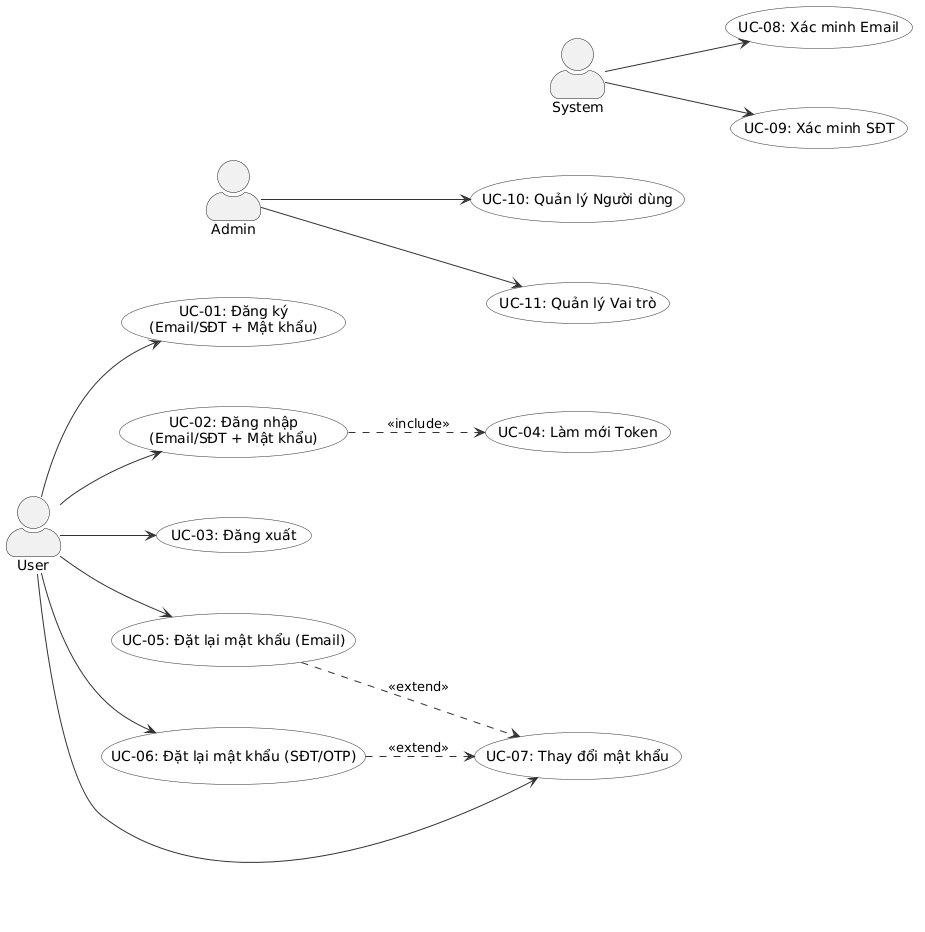
Above: modules/auth/images/usecase/usecase-diagram.png in namnh240795/document (PlantUML), before the change.
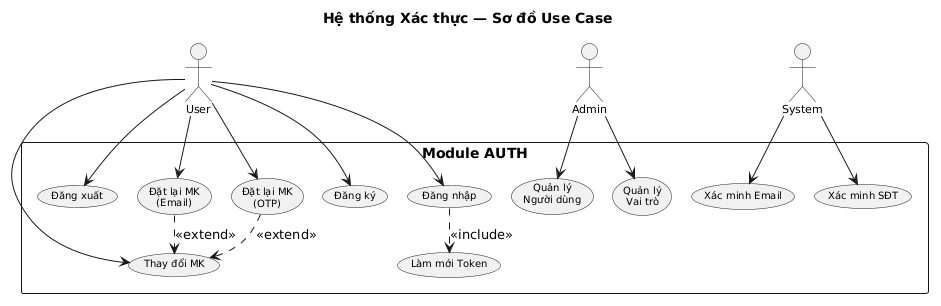
The same file after the commit.

Change to the diagram source:
```diff
@@ -1,35 +1,30 @@
 @startuml
+title Hệ thống Xác thực — Sơ đồ Use Case
 
-left to right direction
-skinparam packageStyle rectangle
-skinparam actorStyle awesome
-skinparam usecase {
-  BackgroundColor #F8F8F8
-  BorderColor #333333
-  ArrowColor #333333
-}
-
-skinparam nodesep 60
-skinparam ranksep 40
+skinparam defaultTextAlignment center
+skinparam usecaseFontSize 10
+skinparam actorFontSize 11
+skinparam shadowing false
+skinparam nodesep 20
+skinparam ranksep 20
 
 actor "User" as user
 actor "Admin" as admin
 actor "System" as system
 
-user -[hidden]down- admin
-admin -[hidden]down- system
-
-usecase "UC-01: Đăng ký\n(Email/SĐT + Mật khẩu)" as UC01
-usecase "UC-02: Đăng nhập\n(Email/SĐT + Mật khẩu)" as UC02
-usecase "UC-03: Đăng xuất" as UC03
-usecase "UC-04: Làm mới Token" as UC04
-usecase "UC-05: Đặt lại mật khẩu (Email)" as UC05
-usecase "UC-06: Đặt lại mật khẩu (SĐT/OTP)" as UC06
-usecase "UC-07: Thay đổi mật khẩu" as UC07
-usecase "UC-08: Xác minh Email" as UC08
-usecase "UC-09: Xác minh SĐT" as UC09
-usecase "UC-10: Quản lý Người dùng" as UC10
-usecase "UC-11: Quản lý Vai trò" as UC11
+rectangle "Module AUTH" {
+  usecase "Đăng ký" as UC01
+  usecase "Đăng nhập" as UC02
+  usecase "Đăng xuất" as UC03
+  usecase "Làm mới Token" as UC04
+  usecase "Đặt lại MK\n(Email)" as UC05
+  usecase "Đặt lại MK\n(OTP)" as UC06
+  usecase "Thay đổi MK" as UC07
+  usecase "Xác minh Email" as UC08
+  usecase "Xác minh SĐT" as UC09
+  usecase "Quản lý\nNgười dùng" as UC10
+  usecase "Quản lý\nVai trò" as UC11
+}
 
 user --> UC01
 user --> UC02
```
